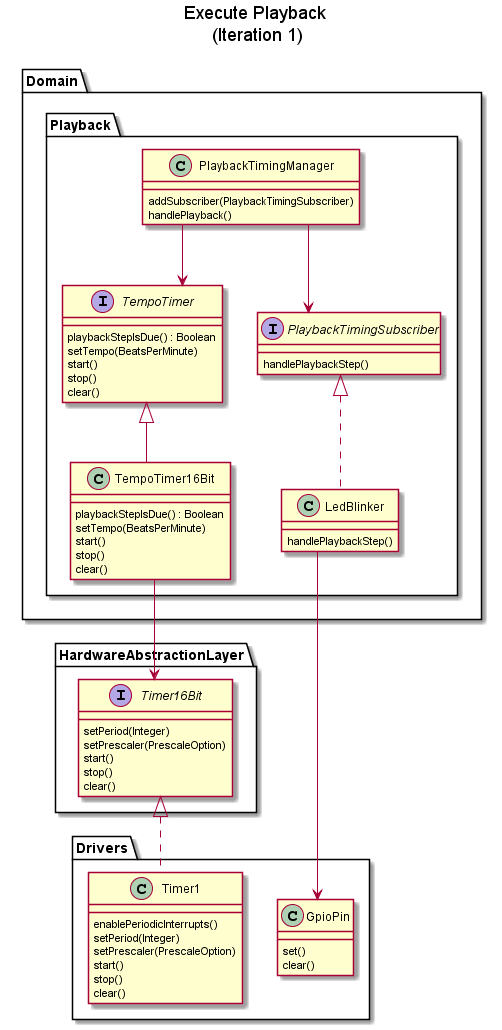
This is doc/plantuml/img/class_diagrams/execute_playback_iteration1.png from Warwolt/tr2k_drum_machine, a PlantUML export, as it was before one commit.
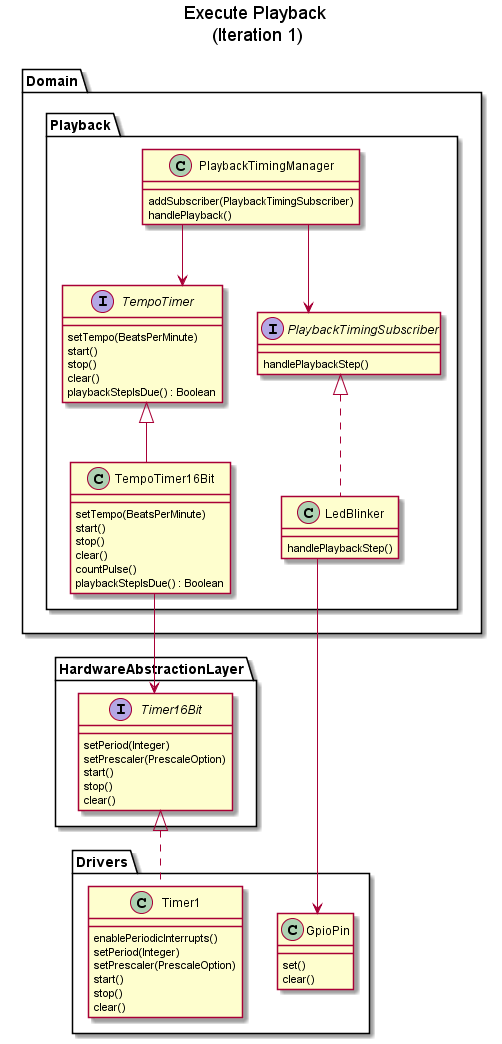
The same diagram one commit later.

The edit, as a diff of the source:
```diff
@@ -23,20 +23,21 @@
 
 		interface TempoTimer
 		{
-			playbackStepIsDue() : Boolean
 			setTempo(BeatsPerMinute)
 			start()
 			stop()
 			clear()
+			playbackStepIsDue() : Boolean
 		}
 
 		class TempoTimer16Bit
 		{
-			playbackStepIsDue() : Boolean
 			setTempo(BeatsPerMinute)
 			start()
 			stop()
 			clear()
+			countPulse()
+			playbackStepIsDue() : Boolean
 		}
 
 		class LedBlinker
```
